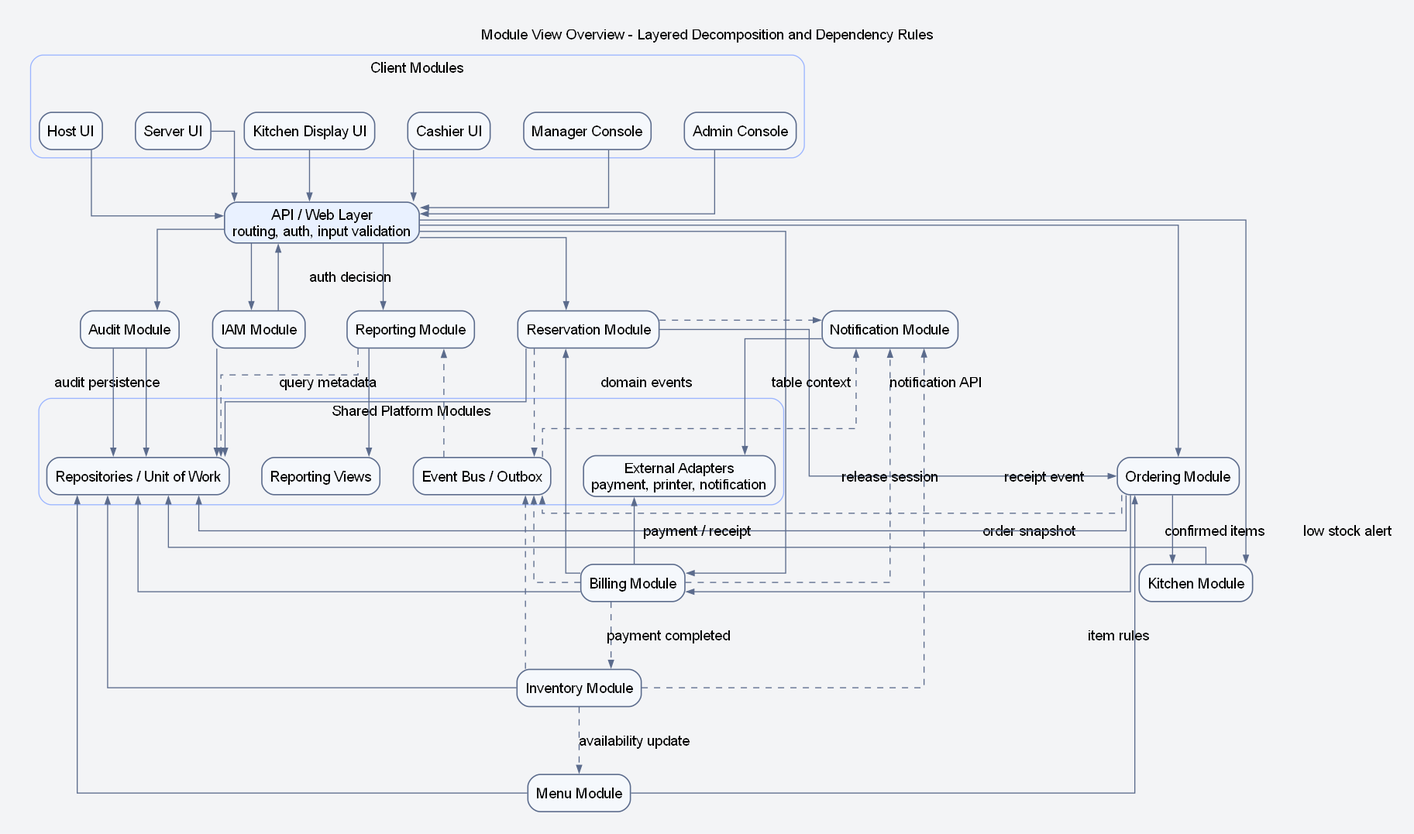
lehoangluan1/SA_IRMS keeps this Graphviz diagram as assets/diagrams/rendered/architecture/22_module_view_overview_layered_dependencies.png. Above is the earlier version. Its source is kept beside it as assets/diagrams/source/architecture/22_module_view_overview_layered_dependencies.dot.
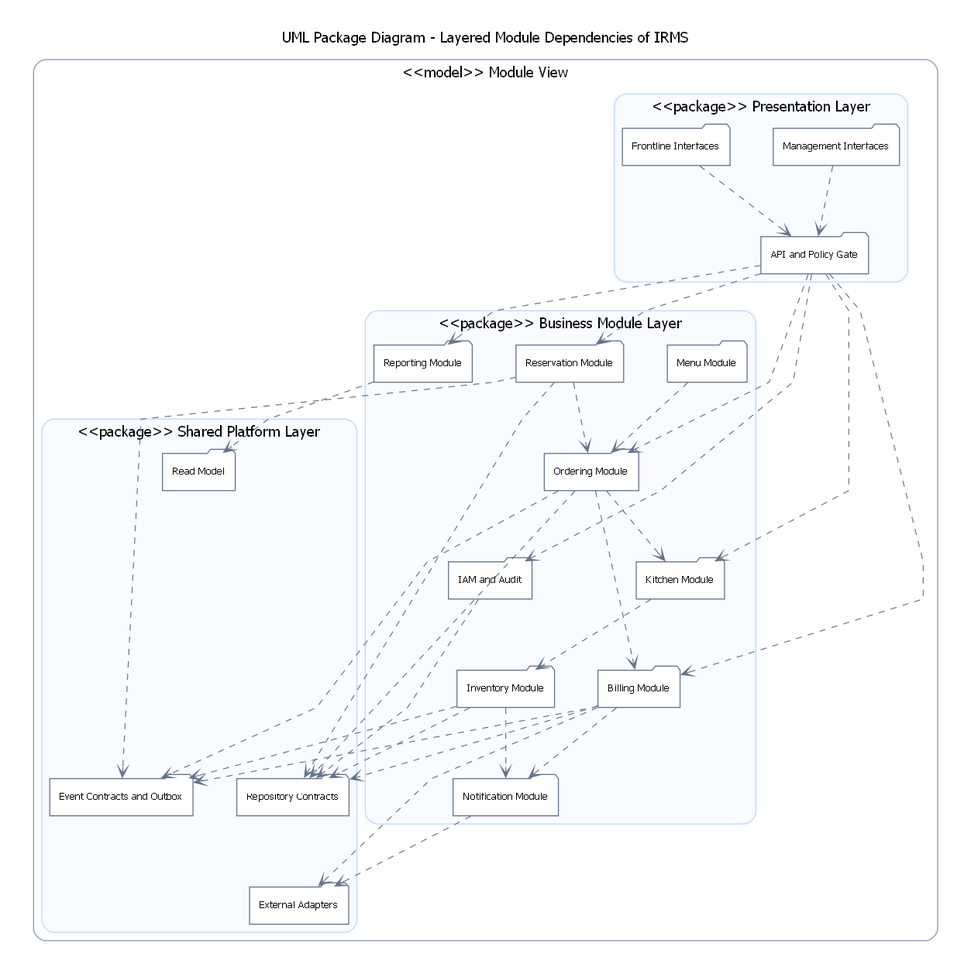
Above is the later version.

What changed in the source:
```diff
@@ -1,95 +1,95 @@
 digraph G {
+  graph [
+    rankdir=TB,
+    newrank=true,
+    compound=true,
+    bgcolor="white",
+    pad=0.34,
+    nodesep=0.58,
+    ranksep=0.96,
+    splines=polyline,
+    fontname="DejaVu Sans",
+    labelloc="t",
+    label="UML Package Diagram - Layered Module Dependencies of IRMS"
+  ];
 
-graph [bgcolor="#F3F4F6", pad="0.3", nodesep="0.45", ranksep="0.7", splines=ortho, fontname="Helvetica"];
-node [fontname="Helvetica", shape=box, style="rounded,filled", fillcolor="#F5F8FC", color="#5B6B8C", penwidth=1.2];
-edge [fontname="Helvetica", color="#5B6B8C", penwidth=1.0, arrowsize=0.7];
+  node [shape=folder, style="filled", fillcolor="#FFFFFF", color="#64748B", penwidth=1.0, fontname="DejaVu Sans", fontsize=9.6, margin="0.14,0.08"];
+  edge [style=dashed, arrowhead=vee, color="#64748B", penwidth=0.9];
 
-labelloc="t";
-label="Module View Overview - Layered Decomposition and Dependency Rules";
-rankdir=TB;
+  subgraph cluster_model {
+    label="<<model>> Module View";
+    color="#94A3B8";
+    penwidth=1.1;
+    style="rounded";
 
-subgraph cluster_clients {
-  label="Client Modules";
-  color="#9BB5FF"; style="rounded";
-  hostui [label="Host UI"];
-  serverui [label="Server UI"];
-  kitchenui [label="Kitchen Display UI"];
-  cashierui [label="Cashier UI"];
-  managerui [label="Manager Console"];
-  adminui [label="Admin Console"];
+    subgraph cluster_presentation {
+      label="<<package>> Presentation Layer";
+      color="#BFDBFE";
+      style="rounded,filled";
+      fillcolor="#F8FBFF";
+      frontline_ui [label="Frontline Interfaces"];
+      management_ui [label="Management Interfaces"];
+      gateway [label="API and Policy Gate"];
+    }
+
+    subgraph cluster_business {
+      label="<<package>> Business Module Layer";
+      color="#BFDBFE";
+      style="rounded,filled";
+      fillcolor="#F8FBFF";
+      reservation [label="Reservation Module"];
+      menu [label="Menu Module"];
+      ordering [label="Ordering Module"];
+      kitchen [label="Kitchen Module"];
+      billing [label="Billing Module"];
+      inventory [label="Inventory Module"];
+      reporting [label="Reporting Module"];
+      notification [label="Notification Module"];
+      governance [label="IAM and Audit"];
+    }
+
+    subgraph cluster_platform {
+      label="<<package>> Shared Platform Layer";
+      color="#BFDBFE";
+      style="rounded,filled";
+      fillcolor="#F8FBFF";
+      repositories [label="Repository Contracts"];
+      events [label="Event Contracts and Outbox"];
+      readmodel [label="Read Model"];
+      adapters [label="External Adapters"];
+    }
+  }
+
+  frontline_ui -> gateway;
+  management_ui -> gateway;
+
+  gateway -> reservation;
+  gateway -> ordering;
+  gateway -> kitchen;
+  gateway -> billing;
+  gateway -> reporting;
+  gateway -> governance;
+
+  reservation -> ordering;
+  menu -> ordering;
+  ordering -> kitchen;
+  ordering -> billing;
+  kitchen -> inventory;
+  billing -> notification;
+  inventory -> notification;
+
+  reservation -> repositories;
+  ordering -> repositories;
+  billing -> repositories;
+  inventory -> repositories;
+  governance -> repositories;
+
+  reservation -> events;
+  ordering -> events;
+  billing -> events;
+  inventory -> events;
+
+  reporting -> readmodel;
+  notification -> adapters;
+  billing -> adapters;
 }
-
-gateway [label="API / Web Layer\nrouting, auth, input validation", fillcolor="#E9F1FF"];
-
-subgraph cluster_app {
-  label="Business Modules";
-  color="#9BB5FF"; style="rounded";
-  reserve [label="Reservation Module"];
-  menu [label="Menu Module"];
-  order [label="Ordering Module"];
-  kitchen [label="Kitchen Module"];
-  billing [label="Billing Module"];
-  inventory [label="Inventory Module"];
-  reporting [label="Reporting Module"];
-  iam [label="IAM Module"];
-  audit [label="Audit Module"];
-  notif [label="Notification Module"];
-}
-
-subgraph cluster_platform {
-  label="Shared Platform Modules";
-  color="#9BB5FF"; style="rounded";
-  repo [label="Repositories / Unit of Work"];
-  eventbus [label="Event Bus / Outbox"];
-  readmodel [label="Reporting Views"];
-  ext [label="External Adapters\npayment, printer, notification"];
-}
-
-{ rank=same; reserve menu order kitchen billing inventory reporting iam audit notif; }
-
-hostui -> gateway;
-serverui -> gateway;
-kitchenui -> gateway;
-cashierui -> gateway;
-managerui -> gateway;
-adminui -> gateway;
-
-gateway -> reserve;
-gateway -> order;
-gateway -> kitchen;
-gateway -> billing;
-gateway -> reporting;
-gateway -> iam;
-gateway -> audit;
-
-reserve -> order [label="table context"];
-menu -> order [label="item rules"];
-order -> kitchen [label="confirmed items"];
-order -> billing [label="order snapshot"];
-billing -> reserve [label="release session"];
-billing -> inventory [style=dashed, label="payment completed"];
-inventory -> menu [style=dashed, label="availability update"];
-reserve -> notif [style=dashed, label="reservation event"];
-billing -> notif [style=dashed, label="receipt event"];
-inventory -> notif [style=dashed, label="low stock alert"];
-reporting -> readmodel;
-order -> eventbus [style=dashed, label="domain events"];
-billing -> eventbus [style=dashed];
-inventory -> eventbus [style=dashed];
-reserve -> eventbus [style=dashed];
-eventbus -> notif [style=dashed];
-eventbus -> reporting [style=dashed];
-iam -> gateway [label="auth decision"];
-audit -> repo [label="audit persistence"];
-reserve -> repo;
-menu -> repo;
-order -> repo;
-kitchen -> repo;
-billing -> repo;
-inventory -> repo;
-iam -> repo;
-audit -> repo;
-reporting -> repo [style=dashed, label="query metadata"];
-billing -> ext [label="payment / receipt"];
-notif -> ext [label="notification API"];
-}
```
